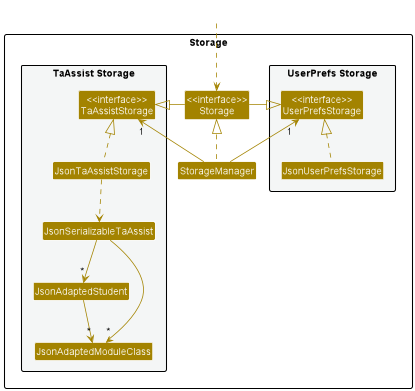
Before: docs/images/StorageClassDiagram.png, a diagram exported from PlantUML (nus-cs2103-AY2223S1/tp).
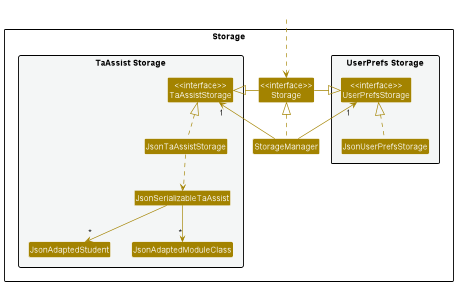
The same file after the commit.

Commit message:
Fix UML diagram of Storage

Change to the diagram source:
```diff
@@ -21,7 +21,6 @@
 Class JsonAdaptedStudent
 Class JsonAdaptedModuleClass
 }
-
 }
 
 Class HiddenOutside #FFFFFF
@@ -39,6 +38,5 @@
 JsonTaAssistStorage ..> JsonSerializableTaAssist
 JsonSerializableTaAssist--> "*" JsonAdaptedStudent
 JsonSerializableTaAssist--> "*" JsonAdaptedModuleClass
-JsonAdaptedStudent --> "*" JsonAdaptedModuleClass
 
 @enduml
```
